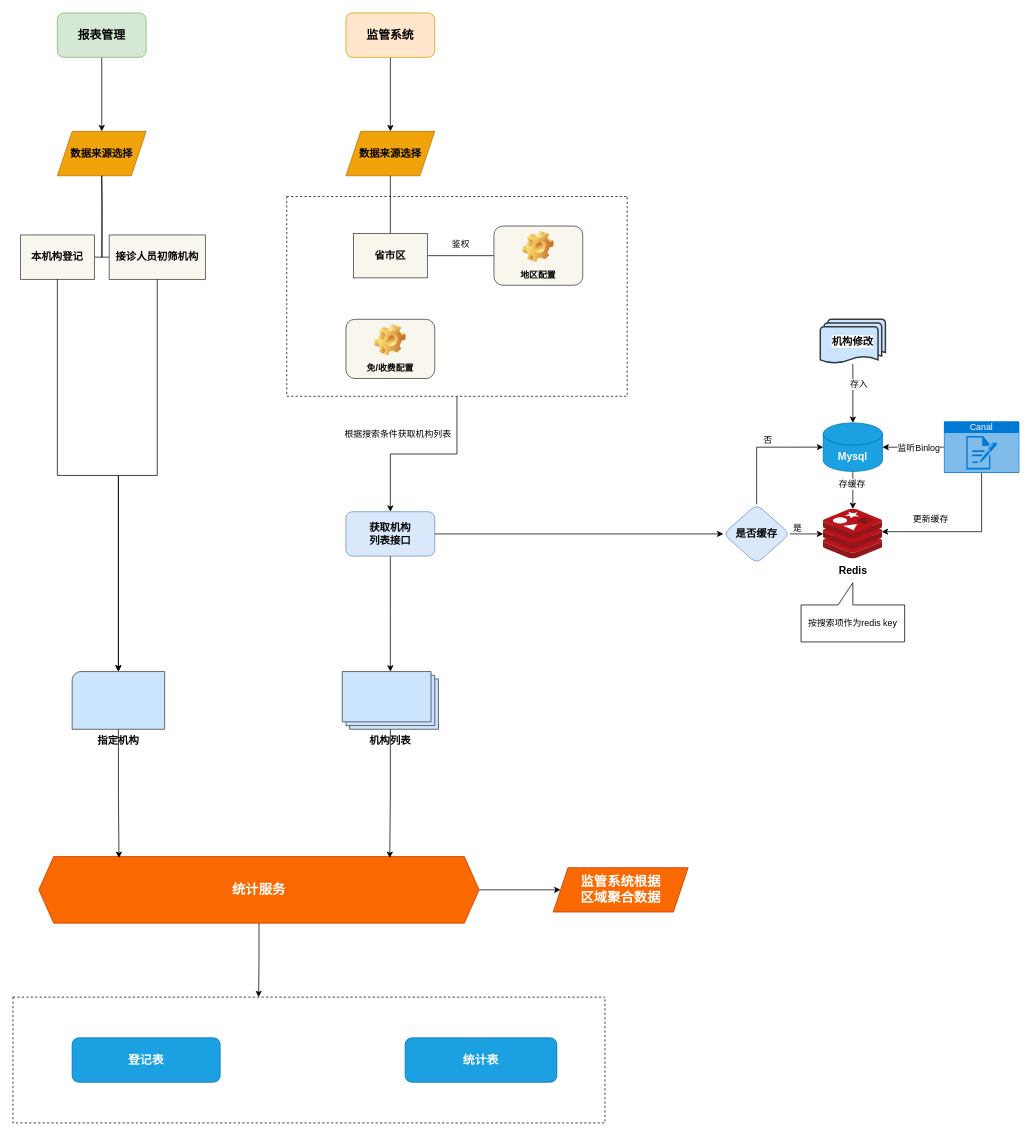
This is statistic-upgrade.drawio from 1226151667/draw, a draw.io file, before an edit. Source tidied: cells renumbered, new cells numbered last; positions are measured from the earlier drawing's top-left corner, leaving out a move shared by most shapes. Both pictures are drawn from the tidied source at 74%, with x=0, y=0 at pixel (13, 13).
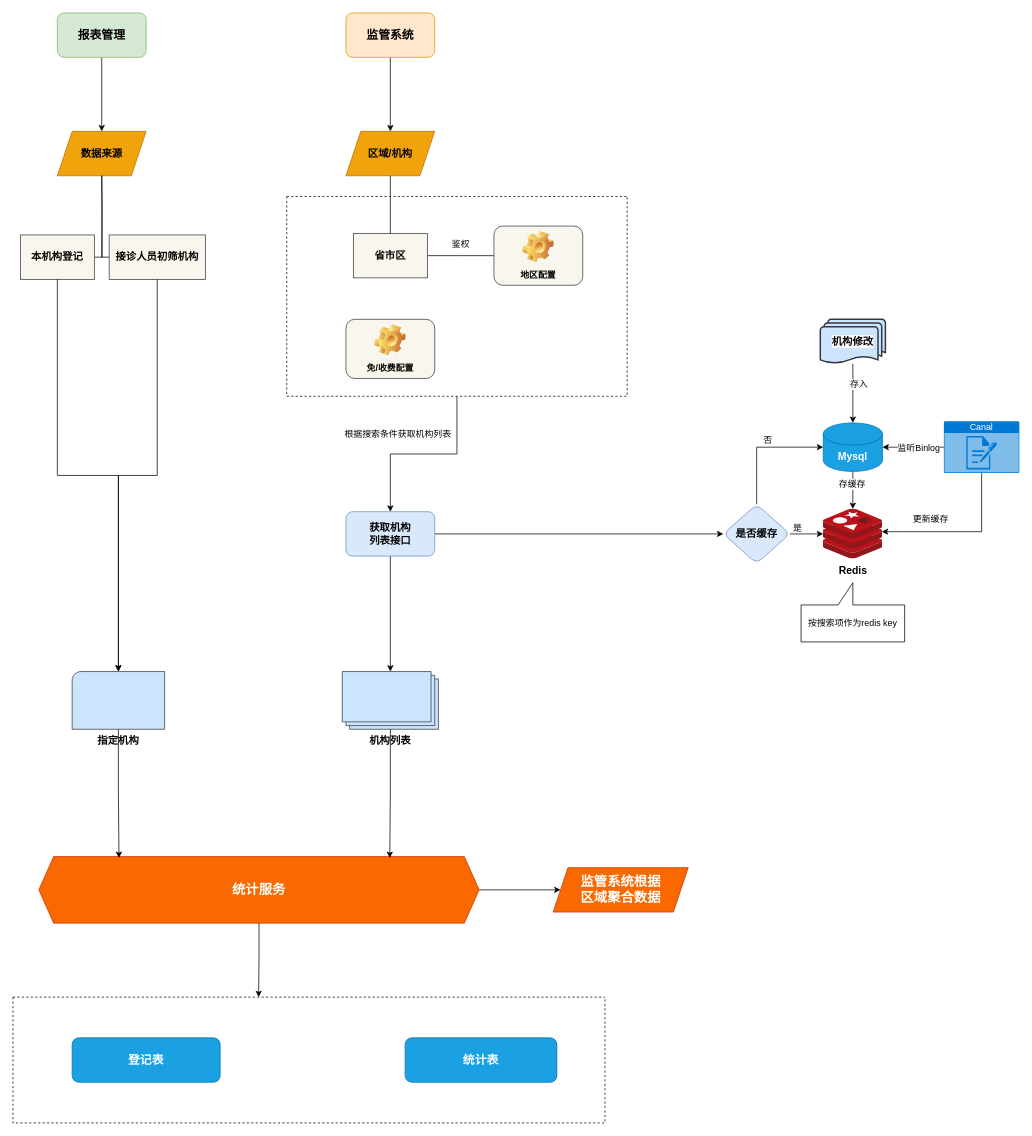
After the change.

What changed in the source:
```diff
@@
-    <mxCell id="29" value="数据来源选择" style="shape=parallelogram;perimeter=parallelogramPerimeter;whiteSpace=wrap;html=1;fixedSize=1;fontSize=14;fontStyle=1;fillColor=#f0a30a;fontColor=#000000;strokeColor=#BD7000;" parent="1" vertex="1">
+    <mxCell id="29" value="数据来源" style="shape=parallelogram;perimeter=parallelogramPerimeter;whiteSpace=wrap;html=1;fixedSize=1;fontSize=14;fontStyle=1;fillColor=#f0a30a;fontColor=#000000;strokeColor=#BD7000;" parent="1" vertex="1">
       <mxGeometry x="60" y="160" width="120" height="60" as="geometry" />
     </mxCell>
@@
-    <mxCell id="34" value="数据来源选择" style="shape=parallelogram;perimeter=parallelogramPerimeter;whiteSpace=wrap;html=1;fixedSize=1;fontSize=14;fontStyle=1;fillColor=#f0a30a;fontColor=#000000;strokeColor=#BD7000;" parent="1" vertex="1">
+    <mxCell id="34" value="&lt;p&gt;区域/机构&lt;/p&gt;" style="shape=parallelogram;perimeter=parallelogramPerimeter;whiteSpace=wrap;html=1;fixedSize=1;fontSize=14;fontStyle=1;fillColor=#f0a30a;fontColor=#000000;strokeColor=#BD7000;" parent="1" vertex="1">
       <mxGeometry x="450" y="160" width="120" height="60" as="geometry" />
     </mxCell>
```
